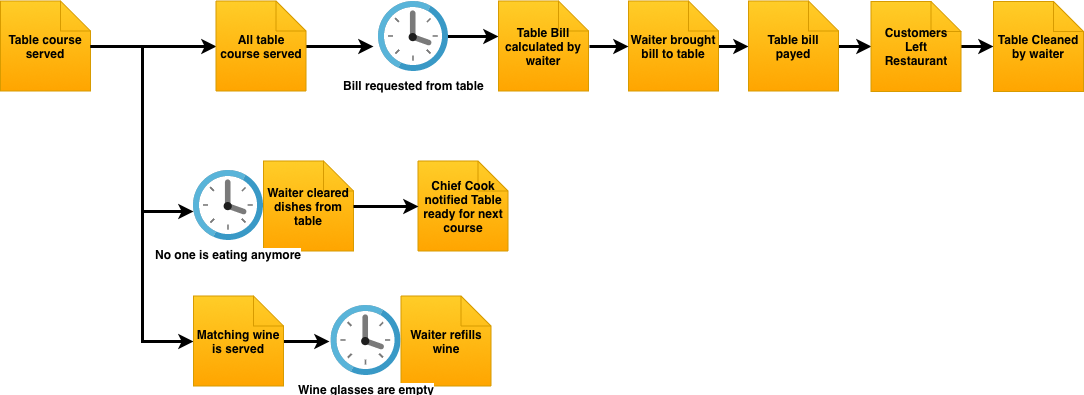
This is img/posts/events-restaurant/coursesServedEvents.png from tripledio/tripledio.github.io, a draw.io export, as it was before one commit. Source tidied: cells renumbered, new cells last; positions are measured from the earlier drawing's top-left corner, leaving out a move shared by most shapes. Source of this version:
```xml
<mxGraphModel>
  <root>
    <mxCell id="0" />
    <mxCell id="1" parent="0" />
    <mxCell id="2" style="edgeStyle=orthogonalEdgeStyle;rounded=0;jettySize=auto;html=1;entryX=0;entryY=0.5;entryDx=0;entryDy=0;entryPerimeter=0;strokeWidth=3;" parent="1" edge="1" source="3" target="26">
      <mxGeometry relative="1" as="geometry" />
    </mxCell>
    <mxCell id="3" value="&lt;b&gt;Table course served&lt;/b&gt;&lt;br&gt;" style="shape=note;whiteSpace=wrap;html=1;backgroundOutline=1;fillColor=#ffcd28;strokeColor=#d79b00;gradientColor=#ffa500;" parent="1" vertex="1">
      <mxGeometry y="0.5" width="90" height="90" as="geometry" />
    </mxCell>
    <mxCell id="4" style="edgeStyle=orthogonalEdgeStyle;rounded=0;html=1;entryX=0;entryY=0.5;entryDx=0;entryDy=0;entryPerimeter=0;jettySize=auto;strokeColor=#000000;strokeWidth=3;" parent="1" edge="1" source="3" target="6">
      <mxGeometry relative="1" as="geometry" />
    </mxCell>
    <mxCell id="5" style="edgeStyle=orthogonalEdgeStyle;rounded=0;html=1;jettySize=auto;strokeColor=#000000;strokeWidth=3;" parent="1" edge="1" source="6">
      <mxGeometry relative="1" as="geometry">
        <mxPoint x="373" y="46" as="targetPoint" />
      </mxGeometry>
    </mxCell>
    <mxCell id="6" value="&lt;b&gt;All table course served&lt;/b&gt;&lt;br&gt;" style="shape=note;whiteSpace=wrap;html=1;backgroundOutline=1;fillColor=#ffcd28;strokeColor=#d79b00;gradientColor=#ffa500;" parent="1" vertex="1">
      <mxGeometry x="215.5" y="0.5" width="90" height="90" as="geometry" />
    </mxCell>
    <mxCell id="7" style="edgeStyle=orthogonalEdgeStyle;rounded=0;html=1;entryX=0;entryY=0.394;entryDx=0;entryDy=0;entryPerimeter=0;jettySize=auto;strokeColor=#000000;strokeWidth=3;" parent="1" edge="1" source="8" target="14">
      <mxGeometry relative="1" as="geometry" />
    </mxCell>
    <mxCell id="8" value="&lt;b&gt;Bill requested from table&lt;/b&gt;" style="html=1;perimeter=none;align=center;shadow=0;dashed=0;image;fontSize=12;image=img/lib/mscae/Clock.svg;" parent="1" vertex="1">
      <mxGeometry x="378" y="1" width="70" height="70" as="geometry" />
    </mxCell>
    <mxCell id="9" style="edgeStyle=orthogonalEdgeStyle;rounded=0;html=1;entryX=0;entryY=0.5;entryDx=0;entryDy=0;entryPerimeter=0;jettySize=auto;strokeColor=#000000;strokeWidth=3;" parent="1" edge="1" source="10" target="13">
      <mxGeometry relative="1" as="geometry" />
    </mxCell>
    <mxCell id="10" value="&lt;b&gt;Waiter brought bill to table&lt;/b&gt;" style="shape=note;whiteSpace=wrap;html=1;backgroundOutline=1;fillColor=#ffcd28;strokeColor=#d79b00;gradientColor=#ffa500;" parent="1" vertex="1">
      <mxGeometry x="628" y="0.5" width="90" height="90" as="geometry" />
    </mxCell>
    <mxCell id="11" style="edgeStyle=orthogonalEdgeStyle;rounded=0;html=1;entryX=0;entryY=0.5;entryDx=0;entryDy=0;entryPerimeter=0;jettySize=auto;strokeWidth=3;exitX=1.011;exitY=0.5;exitDx=0;exitDy=0;exitPerimeter=0;" parent="1" edge="1" source="14" target="10">
      <mxGeometry relative="1" as="geometry" />
    </mxCell>
    <mxCell id="12" style="edgeStyle=orthogonalEdgeStyle;rounded=0;html=1;entryX=0;entryY=0.5;entryDx=0;entryDy=0;entryPerimeter=0;jettySize=auto;strokeColor=#000000;strokeWidth=3;" parent="1" edge="1" source="13" target="16">
      <mxGeometry relative="1" as="geometry" />
    </mxCell>
    <mxCell id="13" value="&lt;b&gt;Table bill payed&lt;/b&gt;" style="shape=note;whiteSpace=wrap;html=1;backgroundOutline=1;fillColor=#ffcd28;strokeColor=#d79b00;gradientColor=#ffa500;" parent="1" vertex="1">
      <mxGeometry x="748" y="0.5" width="90" height="90" as="geometry" />
    </mxCell>
    <mxCell id="14" value="&lt;b&gt;Table Bill calculated by waiter&lt;/b&gt;" style="shape=note;whiteSpace=wrap;html=1;backgroundOutline=1;fillColor=#ffcd28;strokeColor=#d79b00;gradientColor=#ffa500;" parent="1" vertex="1">
      <mxGeometry x="498" y="0.5" width="90" height="90" as="geometry" />
    </mxCell>
    <mxCell id="15" style="edgeStyle=orthogonalEdgeStyle;rounded=0;html=1;jettySize=auto;strokeColor=#000000;strokeWidth=3;" parent="1" edge="1" source="16" target="17">
      <mxGeometry relative="1" as="geometry" />
    </mxCell>
    <mxCell id="16" value="&lt;b&gt;Customers Left Restaurant&lt;/b&gt;&lt;br&gt;" style="shape=note;whiteSpace=wrap;html=1;backgroundOutline=1;fillColor=#ffcd28;strokeColor=#d79b00;gradientColor=#ffa500;" parent="1" vertex="1">
      <mxGeometry x="870.5" y="1" width="90" height="90" as="geometry" />
    </mxCell>
    <mxCell id="17" value="&lt;b&gt;Table Cleaned by waiter&lt;/b&gt;&lt;br&gt;" style="shape=note;whiteSpace=wrap;html=1;backgroundOutline=1;fillColor=#ffcd28;strokeColor=#d79b00;gradientColor=#ffa500;" parent="1" vertex="1">
      <mxGeometry x="993" y="1" width="90" height="90" as="geometry" />
    </mxCell>
    <mxCell id="18" value="&lt;b&gt;Waiter cleared dishes from table&lt;/b&gt;" style="shape=note;whiteSpace=wrap;html=1;backgroundOutline=1;fillColor=#ffcd28;strokeColor=#d79b00;gradientColor=#ffa500;" parent="1" vertex="1">
      <mxGeometry x="263" y="160.5" width="90" height="90" as="geometry" />
    </mxCell>
    <mxCell id="19" value="&lt;b&gt;No one is eating anymore&lt;/b&gt;" style="html=1;perimeter=none;align=center;shadow=0;dashed=0;image;fontSize=12;image=img/lib/mscae/Clock.svg;" parent="1" vertex="1">
      <mxGeometry x="193" y="170" width="70" height="70" as="geometry" />
    </mxCell>
    <mxCell id="20" value="&lt;b&gt;Chief Cook notified Table ready for next course&lt;/b&gt;&lt;br&gt;" style="shape=note;whiteSpace=wrap;html=1;backgroundOutline=1;fillColor=#ffcd28;strokeColor=#d79b00;gradientColor=#ffa500;" parent="1" vertex="1">
      <mxGeometry x="417.5" y="160.5" width="90" height="90" as="geometry" />
    </mxCell>
    <mxCell id="21" style="edgeStyle=orthogonalEdgeStyle;rounded=0;html=1;entryX=0;entryY=0.5;entryDx=0;entryDy=0;entryPerimeter=0;jettySize=auto;strokeColor=#000000;strokeWidth=3;" parent="1" edge="1" source="18" target="20">
      <mxGeometry relative="1" as="geometry" />
    </mxCell>
    <mxCell id="22" style="edgeStyle=orthogonalEdgeStyle;rounded=0;html=1;entryX=0;entryY=0.579;entryDx=0;entryDy=0;entryPerimeter=0;jettySize=auto;strokeWidth=3;" parent="1" edge="1" source="3" target="19">
      <mxGeometry relative="1" as="geometry" />
    </mxCell>
    <mxCell id="23" value="&lt;b&gt;Waiter refills wine&lt;/b&gt;" style="shape=note;whiteSpace=wrap;html=1;backgroundOutline=1;fillColor=#ffcd28;strokeColor=#d79b00;gradientColor=#ffa500;" parent="1" vertex="1">
      <mxGeometry x="400.5" y="295.5" width="90" height="90" as="geometry" />
    </mxCell>
    <mxCell id="24" value="&lt;b&gt;Wine glasses are empty&lt;/b&gt;" style="html=1;perimeter=none;align=center;shadow=0;dashed=0;image;fontSize=12;image=img/lib/mscae/Clock.svg;" parent="1" vertex="1">
      <mxGeometry x="330.5" y="305" width="70" height="70" as="geometry" />
    </mxCell>
    <mxCell id="25" style="edgeStyle=orthogonalEdgeStyle;rounded=0;jettySize=auto;html=1;entryX=-0.021;entryY=0.514;entryDx=0;entryDy=0;entryPerimeter=0;strokeWidth=3;" parent="1" edge="1" source="26" target="24">
      <mxGeometry relative="1" as="geometry" />
    </mxCell>
    <mxCell id="26" value="&lt;b&gt;Matching wine is served&lt;/b&gt;&lt;br&gt;" style="shape=note;whiteSpace=wrap;html=1;backgroundOutline=1;fillColor=#ffcd28;strokeColor=#d79b00;gradientColor=#ffa500;" parent="1" vertex="1">
      <mxGeometry x="193" y="295.5" width="90" height="90" as="geometry" />
    </mxCell>
  </root>
</mxGraphModel>
```
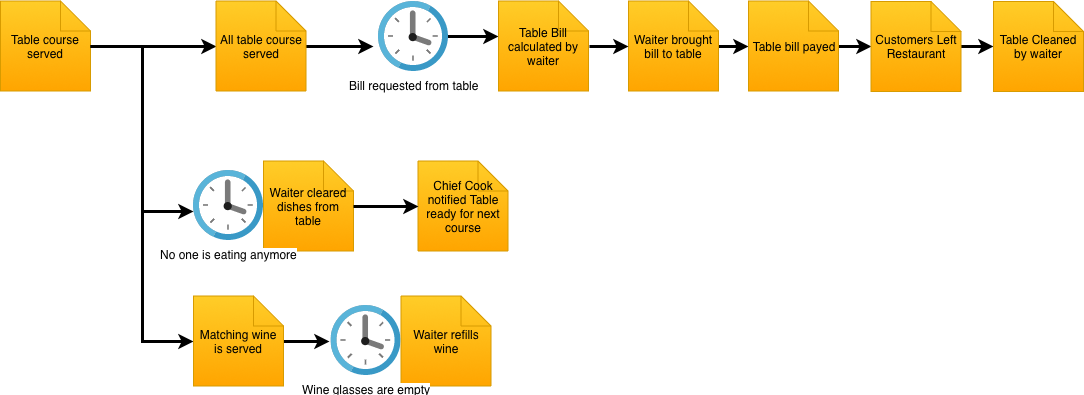
After the change.

The edit, as a diff of the source:
```diff
@@ -2,81 +2,81 @@
   <root>
     <mxCell id="0" />
     <mxCell id="1" parent="0" />
-    <mxCell id="2" style="edgeStyle=orthogonalEdgeStyle;rounded=0;jettySize=auto;html=1;entryX=0;entryY=0.5;entryDx=0;entryDy=0;entryPerimeter=0;strokeWidth=3;" parent="1" edge="1" source="3" target="26">
+    <mxCell id="2" style="edgeStyle=orthogonalEdgeStyle;rounded=0;jettySize=auto;html=1;entryX=0;entryY=0.5;entryDx=0;entryDy=0;entryPerimeter=0;strokeWidth=3;fontStyle=0;" parent="1" edge="1" source="3" target="26">
       <mxGeometry relative="1" as="geometry" />
     </mxCell>
-    <mxCell id="3" value="&lt;b&gt;Table course served&lt;/b&gt;&lt;br&gt;" style="shape=note;whiteSpace=wrap;html=1;backgroundOutline=1;fillColor=#ffcd28;strokeColor=#d79b00;gradientColor=#ffa500;" parent="1" vertex="1">
+    <mxCell id="3" value="&lt;span&gt;Table course served&lt;/span&gt;&lt;br&gt;" style="shape=note;whiteSpace=wrap;html=1;backgroundOutline=1;fillColor=#ffcd28;strokeColor=#d79b00;gradientColor=#ffa500;fontStyle=0;" parent="1" vertex="1">
       <mxGeometry y="0.5" width="90" height="90" as="geometry" />
     </mxCell>
-    <mxCell id="4" style="edgeStyle=orthogonalEdgeStyle;rounded=0;html=1;entryX=0;entryY=0.5;entryDx=0;entryDy=0;entryPerimeter=0;jettySize=auto;strokeColor=#000000;strokeWidth=3;" parent="1" edge="1" source="3" target="6">
+    <mxCell id="4" style="edgeStyle=orthogonalEdgeStyle;rounded=0;html=1;entryX=0;entryY=0.5;entryDx=0;entryDy=0;entryPerimeter=0;jettySize=auto;strokeColor=#000000;strokeWidth=3;fontStyle=0;" parent="1" edge="1" source="3" target="6">
       <mxGeometry relative="1" as="geometry" />
     </mxCell>
-    <mxCell id="5" style="edgeStyle=orthogonalEdgeStyle;rounded=0;html=1;jettySize=auto;strokeColor=#000000;strokeWidth=3;" parent="1" edge="1" source="6">
+    <mxCell id="5" style="edgeStyle=orthogonalEdgeStyle;rounded=0;html=1;jettySize=auto;strokeColor=#000000;strokeWidth=3;fontStyle=0;" parent="1" edge="1" source="6">
       <mxGeometry relative="1" as="geometry">
         <mxPoint x="373" y="46" as="targetPoint" />
       </mxGeometry>
     </mxCell>
-    <mxCell id="6" value="&lt;b&gt;All table course served&lt;/b&gt;&lt;br&gt;" style="shape=note;whiteSpace=wrap;html=1;backgroundOutline=1;fillColor=#ffcd28;strokeColor=#d79b00;gradientColor=#ffa500;" parent="1" vertex="1">
+    <mxCell id="6" value="&lt;span&gt;All table course served&lt;/span&gt;&lt;br&gt;" style="shape=note;whiteSpace=wrap;html=1;backgroundOutline=1;fillColor=#ffcd28;strokeColor=#d79b00;gradientColor=#ffa500;fontStyle=0;" parent="1" vertex="1">
       <mxGeometry x="215.5" y="0.5" width="90" height="90" as="geometry" />
     </mxCell>
-    <mxCell id="7" style="edgeStyle=orthogonalEdgeStyle;rounded=0;html=1;entryX=0;entryY=0.394;entryDx=0;entryDy=0;entryPerimeter=0;jettySize=auto;strokeColor=#000000;strokeWidth=3;" parent="1" edge="1" source="8" target="14">
+    <mxCell id="7" style="edgeStyle=orthogonalEdgeStyle;rounded=0;html=1;entryX=0;entryY=0.394;entryDx=0;entryDy=0;entryPerimeter=0;jettySize=auto;strokeColor=#000000;strokeWidth=3;fontStyle=0;" parent="1" edge="1" source="8" target="14">
       <mxGeometry relative="1" as="geometry" />
     </mxCell>
-    <mxCell id="8" value="&lt;b&gt;Bill requested from table&lt;/b&gt;" style="html=1;perimeter=none;align=center;shadow=0;dashed=0;image;fontSize=12;image=img/lib/mscae/Clock.svg;" parent="1" vertex="1">
+    <mxCell id="8" value="&lt;span&gt;Bill requested from table&lt;/span&gt;" style="html=1;perimeter=none;align=center;shadow=0;dashed=0;image;fontSize=12;image=img/lib/mscae/Clock.svg;fontStyle=0;" parent="1" vertex="1">
       <mxGeometry x="378" y="1" width="70" height="70" as="geometry" />
     </mxCell>
-    <mxCell id="9" style="edgeStyle=orthogonalEdgeStyle;rounded=0;html=1;entryX=0;entryY=0.5;entryDx=0;entryDy=0;entryPerimeter=0;jettySize=auto;strokeColor=#000000;strokeWidth=3;" parent="1" edge="1" source="10" target="13">
+    <mxCell id="9" style="edgeStyle=orthogonalEdgeStyle;rounded=0;html=1;entryX=0;entryY=0.5;entryDx=0;entryDy=0;entryPerimeter=0;jettySize=auto;strokeColor=#000000;strokeWidth=3;fontStyle=0;" parent="1" edge="1" source="10" target="13">
       <mxGeometry relative="1" as="geometry" />
     </mxCell>
-    <mxCell id="10" value="&lt;b&gt;Waiter brought bill to table&lt;/b&gt;" style="shape=note;whiteSpace=wrap;html=1;backgroundOutline=1;fillColor=#ffcd28;strokeColor=#d79b00;gradientColor=#ffa500;" parent="1" vertex="1">
+    <mxCell id="10" value="&lt;span&gt;Waiter brought bill to table&lt;/span&gt;" style="shape=note;whiteSpace=wrap;html=1;backgroundOutline=1;fillColor=#ffcd28;strokeColor=#d79b00;gradientColor=#ffa500;fontStyle=0;" parent="1" vertex="1">
       <mxGeometry x="628" y="0.5" width="90" height="90" as="geometry" />
     </mxCell>
-    <mxCell id="11" style="edgeStyle=orthogonalEdgeStyle;rounded=0;html=1;entryX=0;entryY=0.5;entryDx=0;entryDy=0;entryPerimeter=0;jettySize=auto;strokeWidth=3;exitX=1.011;exitY=0.5;exitDx=0;exitDy=0;exitPerimeter=0;" parent="1" edge="1" source="14" target="10">
+    <mxCell id="11" style="edgeStyle=orthogonalEdgeStyle;rounded=0;html=1;entryX=0;entryY=0.5;entryDx=0;entryDy=0;entryPerimeter=0;jettySize=auto;strokeWidth=3;exitX=1.011;exitY=0.5;exitDx=0;exitDy=0;exitPerimeter=0;fontStyle=0;" parent="1" edge="1" source="14" target="10">
       <mxGeometry relative="1" as="geometry" />
     </mxCell>
-    <mxCell id="12" style="edgeStyle=orthogonalEdgeStyle;rounded=0;html=1;entryX=0;entryY=0.5;entryDx=0;entryDy=0;entryPerimeter=0;jettySize=auto;strokeColor=#000000;strokeWidth=3;" parent="1" edge="1" source="13" target="16">
+    <mxCell id="12" style="edgeStyle=orthogonalEdgeStyle;rounded=0;html=1;entryX=0;entryY=0.5;entryDx=0;entryDy=0;entryPerimeter=0;jettySize=auto;strokeColor=#000000;strokeWidth=3;fontStyle=0;" parent="1" edge="1" source="13" target="16">
       <mxGeometry relative="1" as="geometry" />
     </mxCell>
-    <mxCell id="13" value="&lt;b&gt;Table bill payed&lt;/b&gt;" style="shape=note;whiteSpace=wrap;html=1;backgroundOutline=1;fillColor=#ffcd28;strokeColor=#d79b00;gradientColor=#ffa500;" parent="1" vertex="1">
+    <mxCell id="13" value="&lt;span&gt;Table bill payed&lt;/span&gt;" style="shape=note;whiteSpace=wrap;html=1;backgroundOutline=1;fillColor=#ffcd28;strokeColor=#d79b00;gradientColor=#ffa500;fontStyle=0;" parent="1" vertex="1">
       <mxGeometry x="748" y="0.5" width="90" height="90" as="geometry" />
     </mxCell>
-    <mxCell id="14" value="&lt;b&gt;Table Bill calculated by waiter&lt;/b&gt;" style="shape=note;whiteSpace=wrap;html=1;backgroundOutline=1;fillColor=#ffcd28;strokeColor=#d79b00;gradientColor=#ffa500;" parent="1" vertex="1">
+    <mxCell id="14" value="&lt;span&gt;Table Bill calculated by waiter&lt;/span&gt;" style="shape=note;whiteSpace=wrap;html=1;backgroundOutline=1;fillColor=#ffcd28;strokeColor=#d79b00;gradientColor=#ffa500;fontStyle=0;" parent="1" vertex="1">
       <mxGeometry x="498" y="0.5" width="90" height="90" as="geometry" />
     </mxCell>
-    <mxCell id="15" style="edgeStyle=orthogonalEdgeStyle;rounded=0;html=1;jettySize=auto;strokeColor=#000000;strokeWidth=3;" parent="1" edge="1" source="16" target="17">
+    <mxCell id="15" style="edgeStyle=orthogonalEdgeStyle;rounded=0;html=1;jettySize=auto;strokeColor=#000000;strokeWidth=3;fontStyle=0;" parent="1" edge="1" source="16" target="17">
       <mxGeometry relative="1" as="geometry" />
     </mxCell>
-    <mxCell id="16" value="&lt;b&gt;Customers Left Restaurant&lt;/b&gt;&lt;br&gt;" style="shape=note;whiteSpace=wrap;html=1;backgroundOutline=1;fillColor=#ffcd28;strokeColor=#d79b00;gradientColor=#ffa500;" parent="1" vertex="1">
+    <mxCell id="16" value="&lt;span&gt;Customers Left Restaurant&lt;/span&gt;&lt;br&gt;" style="shape=note;whiteSpace=wrap;html=1;backgroundOutline=1;fillColor=#ffcd28;strokeColor=#d79b00;gradientColor=#ffa500;fontStyle=0;" parent="1" vertex="1">
       <mxGeometry x="870.5" y="1" width="90" height="90" as="geometry" />
     </mxCell>
-    <mxCell id="17" value="&lt;b&gt;Table Cleaned by waiter&lt;/b&gt;&lt;br&gt;" style="shape=note;whiteSpace=wrap;html=1;backgroundOutline=1;fillColor=#ffcd28;strokeColor=#d79b00;gradientColor=#ffa500;" parent="1" vertex="1">
+    <mxCell id="17" value="&lt;span&gt;Table Cleaned by waiter&lt;/span&gt;&lt;br&gt;" style="shape=note;whiteSpace=wrap;html=1;backgroundOutline=1;fillColor=#ffcd28;strokeColor=#d79b00;gradientColor=#ffa500;fontStyle=0;" parent="1" vertex="1">
       <mxGeometry x="993" y="1" width="90" height="90" as="geometry" />
     </mxCell>
-    <mxCell id="18" value="&lt;b&gt;Waiter cleared dishes from table&lt;/b&gt;" style="shape=note;whiteSpace=wrap;html=1;backgroundOutline=1;fillColor=#ffcd28;strokeColor=#d79b00;gradientColor=#ffa500;" parent="1" vertex="1">
+    <mxCell id="18" value="&lt;span&gt;Waiter cleared dishes from table&lt;/span&gt;" style="shape=note;whiteSpace=wrap;html=1;backgroundOutline=1;fillColor=#ffcd28;strokeColor=#d79b00;gradientColor=#ffa500;fontStyle=0;" parent="1" vertex="1">
       <mxGeometry x="263" y="160.5" width="90" height="90" as="geometry" />
     </mxCell>
-    <mxCell id="19" value="&lt;b&gt;No one is eating anymore&lt;/b&gt;" style="html=1;perimeter=none;align=center;shadow=0;dashed=0;image;fontSize=12;image=img/lib/mscae/Clock.svg;" parent="1" vertex="1">
+    <mxCell id="19" value="&lt;span&gt;No one is eating anymore&lt;/span&gt;" style="html=1;perimeter=none;align=center;shadow=0;dashed=0;image;fontSize=12;image=img/lib/mscae/Clock.svg;fontStyle=0;" parent="1" vertex="1">
       <mxGeometry x="193" y="170" width="70" height="70" as="geometry" />
     </mxCell>
-    <mxCell id="20" value="&lt;b&gt;Chief Cook notified Table ready for next course&lt;/b&gt;&lt;br&gt;" style="shape=note;whiteSpace=wrap;html=1;backgroundOutline=1;fillColor=#ffcd28;strokeColor=#d79b00;gradientColor=#ffa500;" parent="1" vertex="1">
+    <mxCell id="20" value="&lt;span&gt;Chief Cook notified Table ready for next course&lt;/span&gt;&lt;br&gt;" style="shape=note;whiteSpace=wrap;html=1;backgroundOutline=1;fillColor=#ffcd28;strokeColor=#d79b00;gradientColor=#ffa500;fontStyle=0;" parent="1" vertex="1">
       <mxGeometry x="417.5" y="160.5" width="90" height="90" as="geometry" />
     </mxCell>
-    <mxCell id="21" style="edgeStyle=orthogonalEdgeStyle;rounded=0;html=1;entryX=0;entryY=0.5;entryDx=0;entryDy=0;entryPerimeter=0;jettySize=auto;strokeColor=#000000;strokeWidth=3;" parent="1" edge="1" source="18" target="20">
+    <mxCell id="21" style="edgeStyle=orthogonalEdgeStyle;rounded=0;html=1;entryX=0;entryY=0.5;entryDx=0;entryDy=0;entryPerimeter=0;jettySize=auto;strokeColor=#000000;strokeWidth=3;fontStyle=0;" parent="1" edge="1" source="18" target="20">
       <mxGeometry relative="1" as="geometry" />
     </mxCell>
-    <mxCell id="22" style="edgeStyle=orthogonalEdgeStyle;rounded=0;html=1;entryX=0;entryY=0.579;entryDx=0;entryDy=0;entryPerimeter=0;jettySize=auto;strokeWidth=3;" parent="1" edge="1" source="3" target="19">
+    <mxCell id="22" style="edgeStyle=orthogonalEdgeStyle;rounded=0;html=1;entryX=0;entryY=0.579;entryDx=0;entryDy=0;entryPerimeter=0;jettySize=auto;strokeWidth=3;fontStyle=0;" parent="1" edge="1" source="3" target="19">
       <mxGeometry relative="1" as="geometry" />
     </mxCell>
-    <mxCell id="23" value="&lt;b&gt;Waiter refills wine&lt;/b&gt;" style="shape=note;whiteSpace=wrap;html=1;backgroundOutline=1;fillColor=#ffcd28;strokeColor=#d79b00;gradientColor=#ffa500;" parent="1" vertex="1">
+    <mxCell id="23" value="&lt;span&gt;Waiter refills wine&lt;/span&gt;" style="shape=note;whiteSpace=wrap;html=1;backgroundOutline=1;fillColor=#ffcd28;strokeColor=#d79b00;gradientColor=#ffa500;fontStyle=0;" parent="1" vertex="1">
       <mxGeometry x="400.5" y="295.5" width="90" height="90" as="geometry" />
     </mxCell>
-    <mxCell id="24" value="&lt;b&gt;Wine glasses are empty&lt;/b&gt;" style="html=1;perimeter=none;align=center;shadow=0;dashed=0;image;fontSize=12;image=img/lib/mscae/Clock.svg;" parent="1" vertex="1">
+    <mxCell id="24" value="&lt;span&gt;Wine glasses are empty&lt;/span&gt;" style="html=1;perimeter=none;align=center;shadow=0;dashed=0;image;fontSize=12;image=img/lib/mscae/Clock.svg;fontStyle=0;" parent="1" vertex="1">
       <mxGeometry x="330.5" y="305" width="70" height="70" as="geometry" />
     </mxCell>
-    <mxCell id="25" style="edgeStyle=orthogonalEdgeStyle;rounded=0;jettySize=auto;html=1;entryX=-0.021;entryY=0.514;entryDx=0;entryDy=0;entryPerimeter=0;strokeWidth=3;" parent="1" edge="1" source="26" target="24">
+    <mxCell id="25" style="edgeStyle=orthogonalEdgeStyle;rounded=0;jettySize=auto;html=1;entryX=-0.021;entryY=0.514;entryDx=0;entryDy=0;entryPerimeter=0;strokeWidth=3;fontStyle=0;" parent="1" edge="1" source="26" target="24">
       <mxGeometry relative="1" as="geometry" />
     </mxCell>
-    <mxCell id="26" value="&lt;b&gt;Matching wine is served&lt;/b&gt;&lt;br&gt;" style="shape=note;whiteSpace=wrap;html=1;backgroundOutline=1;fillColor=#ffcd28;strokeColor=#d79b00;gradientColor=#ffa500;" parent="1" vertex="1">
+    <mxCell id="26" value="&lt;span&gt;Matching wine is served&lt;/span&gt;&lt;br&gt;" style="shape=note;whiteSpace=wrap;html=1;backgroundOutline=1;fillColor=#ffcd28;strokeColor=#d79b00;gradientColor=#ffa500;fontStyle=0;" parent="1" vertex="1">
       <mxGeometry x="193" y="295.5" width="90" height="90" as="geometry" />
     </mxCell>
   </root>
```
